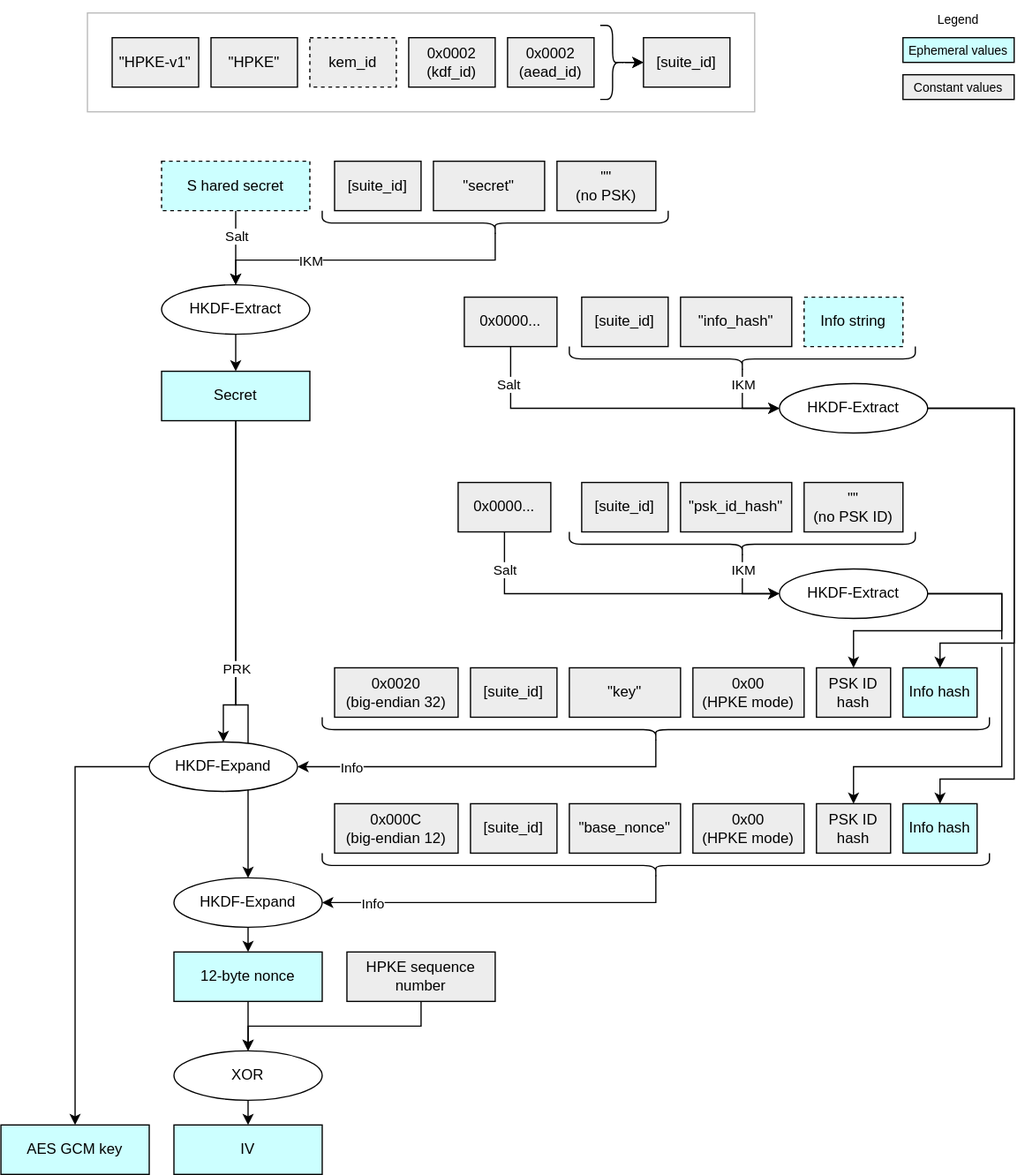
Before: doc/ocp_lock/diagrams/hpke_key_derivation.drawio.svg, a diagram exported from draw.io (chipsalliance/Caliptra). Source tidied: cells renumbered, new cells last; positions are measured from the earlier drawing's top-left corner, leaving out a move shared by most shapes.
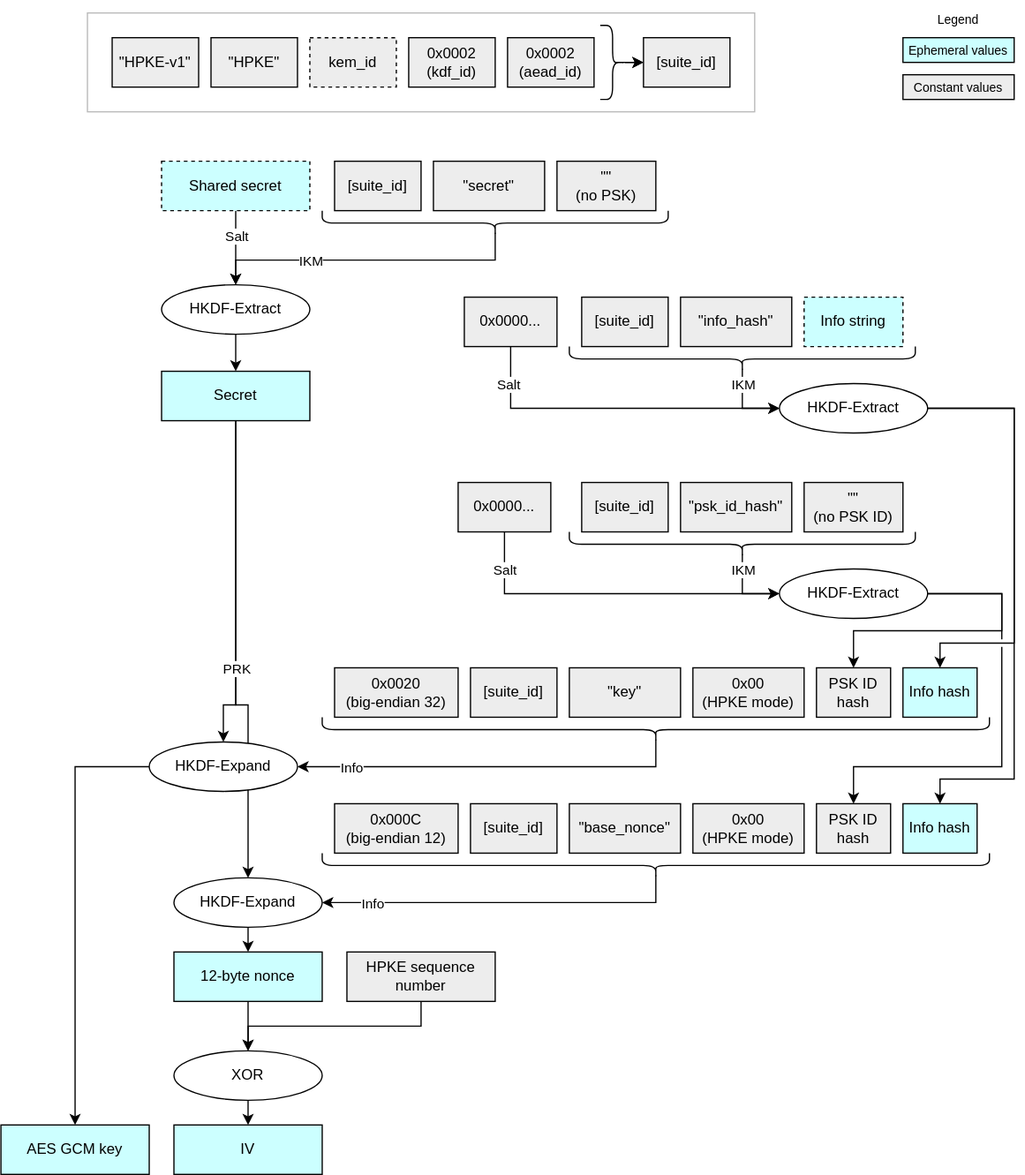
The same file after the commit.

What changed in the source:
```diff
@@ -22,7 +22,7 @@
         <mxPoint x="2" y="-7" as="offset" />
       </mxGeometry>
     </mxCell>
-    <mxCell id="8" value="&lt;div&gt;&lt;span style=&quot;background-color: transparent;&quot;&gt;&lt;font color=&quot;#000000&quot;&gt;S&lt;/font&gt;hared secret&lt;/span&gt;&lt;/div&gt;" style="rounded=0;whiteSpace=wrap;html=1;align=center;verticalAlign=middle;shadow=0;glass=0;spacingLeft=0;spacingBottom=0;spacingTop=0;fillColor=#CCFFFF;dashed=1;" parent="1" vertex="1">
+    <mxCell id="8" value="&lt;div&gt;&lt;font color=&quot;#000000&quot;&gt;Shared secret&lt;/font&gt;&lt;/div&gt;" style="rounded=0;whiteSpace=wrap;html=1;align=center;verticalAlign=middle;shadow=0;glass=0;spacingLeft=0;spacingBottom=0;spacingTop=0;fillColor=#CCFFFF;dashed=1;" parent="1" vertex="1">
       <mxGeometry x="130" y="130" width="120" height="40" as="geometry" />
     </mxCell>
     <mxCell id="9" value="&lt;div&gt;&lt;font color=&quot;#000000&quot;&gt;&quot;secret&quot;&lt;/font&gt;&lt;/div&gt;" style="rounded=0;whiteSpace=wrap;html=1;align=center;verticalAlign=middle;shadow=0;glass=0;spacingLeft=0;spacingBottom=0;spacingTop=0;fillColor=#EDEDED;" parent="1" vertex="1">
```
